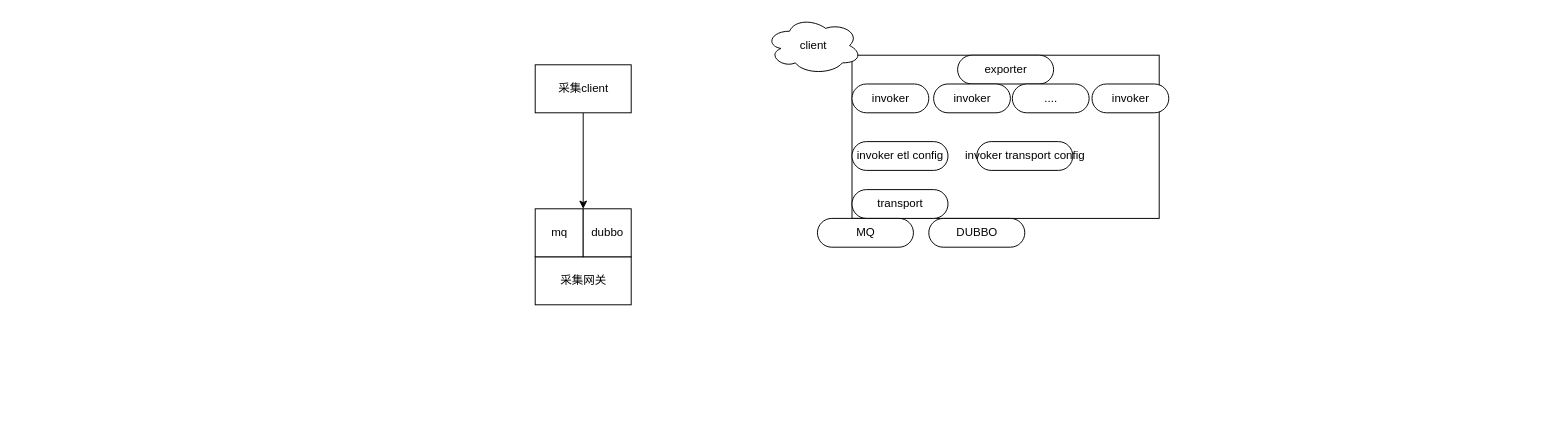
This is Untitled Diagram.drawio from renxinlin/-, a draw.io file, before an edit. Source tidied: cells renumbered, new cells numbered last; positions are measured from the earlier drawing's top-left corner, leaving out a move shared by most shapes. Both pictures are drawn from the tidied source at 96%, with x=0, y=0 at pixel (535, 16).
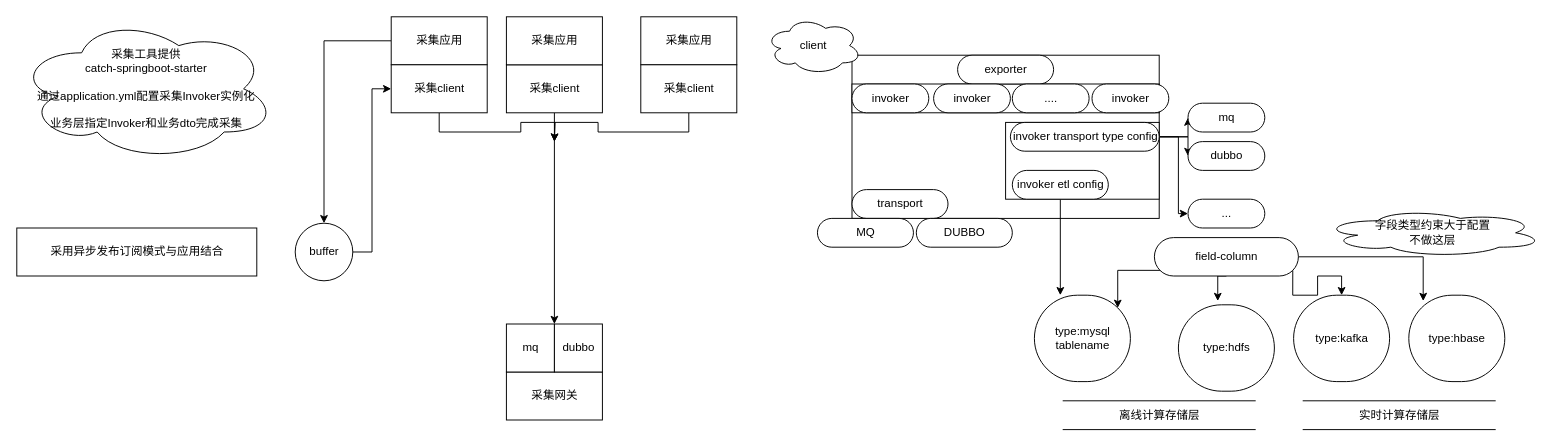
The same page after the edit.

The edit, as a diff of the source:
```diff
@@
+    <mxCell id="7" style="html=1;dashed=0;whitespace=wrap;" parent="1" vertex="1">
+      <mxGeometry x="330" y="40" width="320" height="170" as="geometry" />
+    </mxCell>
+    <mxCell id="19" style="html=1;dashed=0;whitespace=wrap;" parent="1" vertex="1">
+      <mxGeometry x="330" y="70" width="320" height="30" as="geometry" />
+    </mxCell>
+    <mxCell id="20" style="html=1;dashed=0;whitespace=wrap;" parent="1" vertex="1">
+      <mxGeometry x="490" y="110" width="160" height="80" as="geometry" />
+    </mxCell>
@@
     <mxCell id="3" value="采集client" style="html=1;dashed=0;whitespace=wrap;" parent="1" vertex="1">
-      <mxGeometry y="50" width="100" height="50" as="geometry" />
+      <mxGeometry x="-30" y="50" width="100" height="50" as="geometry" />
     </mxCell>
     <mxCell id="4" value="采集网关" style="html=1;dashed=0;whitespace=wrap;" parent="1" vertex="1">
-      <mxGeometry y="250" width="100" height="50" as="geometry" />
+      <mxGeometry x="-30" y="370" width="100" height="50" as="geometry" />
     </mxCell>
     <mxCell id="5" value="mq" style="html=1;dashed=0;whitespace=wrap;" parent="1" vertex="1">
-      <mxGeometry y="200" width="50" height="50" as="geometry" />
+      <mxGeometry x="-30" y="320" width="50" height="50" as="geometry" />
     </mxCell>
     <mxCell id="6" value="dubbo" style="html=1;dashed=0;whitespace=wrap;" parent="1" vertex="1">
-      <mxGeometry x="50" y="200" width="50" height="50" as="geometry" />
+      <mxGeometry x="20" y="320" width="50" height="50" as="geometry" />
     </mxCell>
-    <mxCell id="7" style="html=1;dashed=0;whitespace=wrap;" parent="1" vertex="1">
-      <mxGeometry x="330" y="40" width="320" height="170" as="geometry" />
-    </mxCell>
@@
+    <mxCell id="21" style="edgeStyle=orthogonalEdgeStyle;rounded=0;jettySize=auto;html=1;exitX=0.5;exitY=0.5;exitDx=0;exitDy=15;exitPerimeter=0;entryX=0.27;entryY=0;entryDx=0;entryDy=0;entryPerimeter=0;" parent="1" edge="1" source="14" target="25">
+      <mxGeometry relative="1" as="geometry" />
+    </mxCell>
     <mxCell id="14" value="invoker etl config" style="html=1;dashed=0;whitespace=wrap;shape=mxgraph.dfd.start;" parent="1" vertex="1">
-      <mxGeometry x="330" y="130" width="100" height="30" as="geometry" />
+      <mxGeometry x="497" y="160" width="100" height="30" as="geometry" />
     </mxCell>
+    <mxCell id="22" style="edgeStyle=orthogonalEdgeStyle;rounded=0;jettySize=auto;html=1;exitX=1;exitY=0.5;exitDx=0;exitDy=0;exitPerimeter=0;entryX=0;entryY=0.5;entryDx=0;entryDy=0;entryPerimeter=0;" parent="1" edge="1" source="15" target="31">
+      <mxGeometry relative="1" as="geometry" />
+    </mxCell>
+    <mxCell id="23" style="edgeStyle=orthogonalEdgeStyle;rounded=0;jettySize=auto;html=1;exitX=1;exitY=0.5;exitDx=0;exitDy=0;exitPerimeter=0;entryX=0;entryY=0.5;entryDx=0;entryDy=0;entryPerimeter=0;" parent="1" edge="1" source="15" target="32">
+      <mxGeometry relative="1" as="geometry" />
+    </mxCell>
+    <mxCell id="24" style="edgeStyle=orthogonalEdgeStyle;rounded=0;jettySize=auto;html=1;exitX=1;exitY=0.5;exitDx=0;exitDy=0;exitPerimeter=0;entryX=0;entryY=0.5;entryDx=0;entryDy=0;entryPerimeter=0;" parent="1" edge="1" source="15" target="33">
+      <mxGeometry relative="1" as="geometry">
+        <Array as="points">
+          <mxPoint x="670" y="125" />
+          <mxPoint x="670" y="205" />
+        </Array>
+      </mxGeometry>
+    </mxCell>
-    <mxCell id="15" value="invoker transport config" style="html=1;dashed=0;whitespace=wrap;shape=mxgraph.dfd.start;" parent="1" vertex="1">
-      <mxGeometry x="460" y="130" width="100" height="30" as="geometry" />
+    <mxCell id="15" value="invoker transport type config" style="html=1;dashed=0;whitespace=wrap;shape=mxgraph.dfd.start;" parent="1" vertex="1">
+      <mxGeometry x="495" y="110" width="155" height="30" as="geometry" />
     </mxCell>
@@
     <mxCell id="18" value="DUBBO" style="html=1;dashed=0;whitespace=wrap;shape=mxgraph.dfd.start;" parent="1" vertex="1">
-      <mxGeometry x="410" y="210" width="100" height="30" as="geometry" />
+      <mxGeometry x="397" y="210" width="100" height="30" as="geometry" />
     </mxCell>
+    <mxCell id="25" value="type:mysql&lt;br&gt;tablename" style="html=1;dashed=0;whitespace=wrap;shape=mxgraph.dfd.start;" parent="1" vertex="1">
+      <mxGeometry x="520" y="290" width="100" height="90" as="geometry" />
+    </mxCell>
+    <mxCell id="26" style="edgeStyle=orthogonalEdgeStyle;rounded=0;jettySize=auto;html=1;exitX=0;exitY=0;exitDx=5.859999999999999;exitDy=34.14;exitPerimeter=0;entryX=0;entryY=0;entryDx=86.815;entryDy=13.185000000000002;entryPerimeter=0;" parent="1" edge="1" source="30" target="25">
+      <mxGeometry relative="1" as="geometry" />
+    </mxCell>
+    <mxCell id="27" style="edgeStyle=orthogonalEdgeStyle;rounded=0;jettySize=auto;html=1;exitX=0.5;exitY=0.5;exitDx=0;exitDy=20;exitPerimeter=0;entryX=0.41;entryY=-0.044;entryDx=0;entryDy=0;entryPerimeter=0;" parent="1" edge="1" source="30" target="38">
+      <mxGeometry relative="1" as="geometry" />
+    </mxCell>
+    <mxCell id="28" style="edgeStyle=orthogonalEdgeStyle;rounded=0;jettySize=auto;html=1;exitX=1;exitY=0.5;exitDx=0;exitDy=0;exitPerimeter=0;entryX=0.15;entryY=0.067;entryDx=0;entryDy=0;entryPerimeter=0;" parent="1" edge="1" source="30" target="35">
+      <mxGeometry relative="1" as="geometry" />
+    </mxCell>
+    <mxCell id="29" style="edgeStyle=orthogonalEdgeStyle;rounded=0;jettySize=auto;html=1;exitX=0;exitY=0;exitDx=144.14;exitDy=34.14;exitPerimeter=0;" parent="1" edge="1" source="30" target="34">
+      <mxGeometry relative="1" as="geometry" />
+    </mxCell>
+    <mxCell id="30" value="field-column" style="html=1;dashed=0;whitespace=wrap;shape=mxgraph.dfd.start;" parent="1" vertex="1">
+      <mxGeometry x="645" y="230" width="150" height="40" as="geometry" />
+    </mxCell>
+    <mxCell id="31" value="mq" style="html=1;dashed=0;whitespace=wrap;shape=mxgraph.dfd.start;" parent="1" vertex="1">
+      <mxGeometry x="680" y="90" width="80" height="30" as="geometry" />
+    </mxCell>
+    <mxCell id="32" value="dubbo" style="html=1;dashed=0;whitespace=wrap;shape=mxgraph.dfd.start;" parent="1" vertex="1">
+      <mxGeometry x="680" y="130" width="80" height="30" as="geometry" />
+    </mxCell>
+    <mxCell id="33" value="..." style="html=1;dashed=0;whitespace=wrap;shape=mxgraph.dfd.start;" parent="1" vertex="1">
+      <mxGeometry x="680" y="190" width="80" height="30" as="geometry" />
+    </mxCell>
+    <mxCell id="34" value="type:kafka&lt;br&gt;" style="html=1;dashed=0;whitespace=wrap;shape=mxgraph.dfd.start;" parent="1" vertex="1">
+      <mxGeometry x="790" y="290" width="100" height="90" as="geometry" />
+    </mxCell>
+    <mxCell id="35" value="type:hbase" style="html=1;dashed=0;whitespace=wrap;shape=mxgraph.dfd.start;" parent="1" vertex="1">
+      <mxGeometry x="910" y="290" width="100" height="90" as="geometry" />
+    </mxCell>
+    <mxCell id="36" value="离线计算存储层" style="html=1;dashed=0;whitespace=wrap;shape=partialRectangle;right=0;left=0;" parent="1" vertex="1">
+      <mxGeometry x="550" y="400" width="200" height="30" as="geometry" />
+    </mxCell>
+    <mxCell id="37" value="实时计算存储层" style="html=1;dashed=0;whitespace=wrap;shape=partialRectangle;right=0;left=0;" parent="1" vertex="1">
+      <mxGeometry x="800" y="400" width="200" height="30" as="geometry" />
+    </mxCell>
+    <mxCell id="38" value="type:hdfs" style="html=1;dashed=0;whitespace=wrap;shape=mxgraph.dfd.start;" parent="1" vertex="1">
+      <mxGeometry x="670" y="300" width="100" height="90" as="geometry" />
+    </mxCell>
+    <mxCell id="39" value="字段类型约束大于配置&lt;br&gt;不做这层" style="shape=cloud;whiteSpace=wrap;html=1;" parent="1" vertex="1">
+      <mxGeometry x="820" y="200" width="230" height="50" as="geometry" />
+    </mxCell>
+    <mxCell id="40" value="采集应用" style="html=1;dashed=0;whitespace=wrap;" parent="1" vertex="1">
+      <mxGeometry x="-30" width="100" height="50" as="geometry" />
+    </mxCell>
+    <mxCell id="41" value="采集应用" style="html=1;dashed=0;whitespace=wrap;" parent="1" vertex="1">
+      <mxGeometry x="110" width="100" height="50" as="geometry" />
+    </mxCell>
+    <mxCell id="42" style="edgeStyle=orthogonalEdgeStyle;rounded=0;jettySize=auto;html=1;exitX=0;exitY=0.5;exitDx=0;exitDy=0;entryX=0.5;entryY=0;entryDx=0;entryDy=0;" parent="1" edge="1" source="43" target="51">
+      <mxGeometry relative="1" as="geometry" />
+    </mxCell>
+    <mxCell id="43" value="采集应用" style="html=1;dashed=0;whitespace=wrap;" parent="1" vertex="1">
+      <mxGeometry x="-150" width="100" height="50" as="geometry" />
+    </mxCell>
+    <mxCell id="44" style="edgeStyle=orthogonalEdgeStyle;rounded=0;jettySize=auto;html=1;exitX=0.5;exitY=1;exitDx=0;exitDy=0;" parent="1" edge="1" source="45">
+      <mxGeometry relative="1" as="geometry">
+        <mxPoint x="20" y="130" as="targetPoint" />
+      </mxGeometry>
+    </mxCell>
+    <mxCell id="45" value="采集client" style="html=1;dashed=0;whitespace=wrap;" parent="1" vertex="1">
+      <mxGeometry x="110" y="50" width="100" height="50" as="geometry" />
+    </mxCell>
+    <mxCell id="46" style="edgeStyle=orthogonalEdgeStyle;rounded=0;jettySize=auto;html=1;exitX=0.5;exitY=1;exitDx=0;exitDy=0;" parent="1" edge="1" source="47">
+      <mxGeometry relative="1" as="geometry">
+        <mxPoint x="20" y="130" as="targetPoint" />
+      </mxGeometry>
+    </mxCell>
+    <mxCell id="47" value="采集client" style="html=1;dashed=0;whitespace=wrap;" parent="1" vertex="1">
+      <mxGeometry x="-150" y="50" width="100" height="50" as="geometry" />
+    </mxCell>
+    <mxCell id="48" value="采集工具提供&lt;br&gt;catch-springboot-starter&lt;br&gt;&lt;br&gt;通过application.yml配置采集Invoker实例化&lt;br&gt;&lt;br&gt;业务层指定Invoker和业务dto完成采集" style="shape=cloud;whiteSpace=wrap;html=1;" parent="1" vertex="1">
+      <mxGeometry x="-540" width="270" height="150" as="geometry" />
+    </mxCell>
+    <mxCell id="49" value="采用异步发布订阅模式与应用结合" style="html=1;dashed=0;whitespace=wrap;" parent="1" vertex="1">
+      <mxGeometry x="-540" y="220" width="250" height="50" as="geometry" />
+    </mxCell>
+    <mxCell id="50" style="edgeStyle=orthogonalEdgeStyle;rounded=0;jettySize=auto;html=1;exitX=1;exitY=0.5;exitDx=0;exitDy=0;entryX=0;entryY=0.5;entryDx=0;entryDy=0;" parent="1" edge="1" source="51" target="47">
+      <mxGeometry relative="1" as="geometry" />
+    </mxCell>
+    <mxCell id="51" value="buffer" style="shape=ellipse;html=1;dashed=0;whitespace=wrap;perimeter=ellipsePerimeter;" parent="1" vertex="1">
+      <mxGeometry x="-250" y="215" width="60" height="60" as="geometry" />
+    </mxCell>
```
